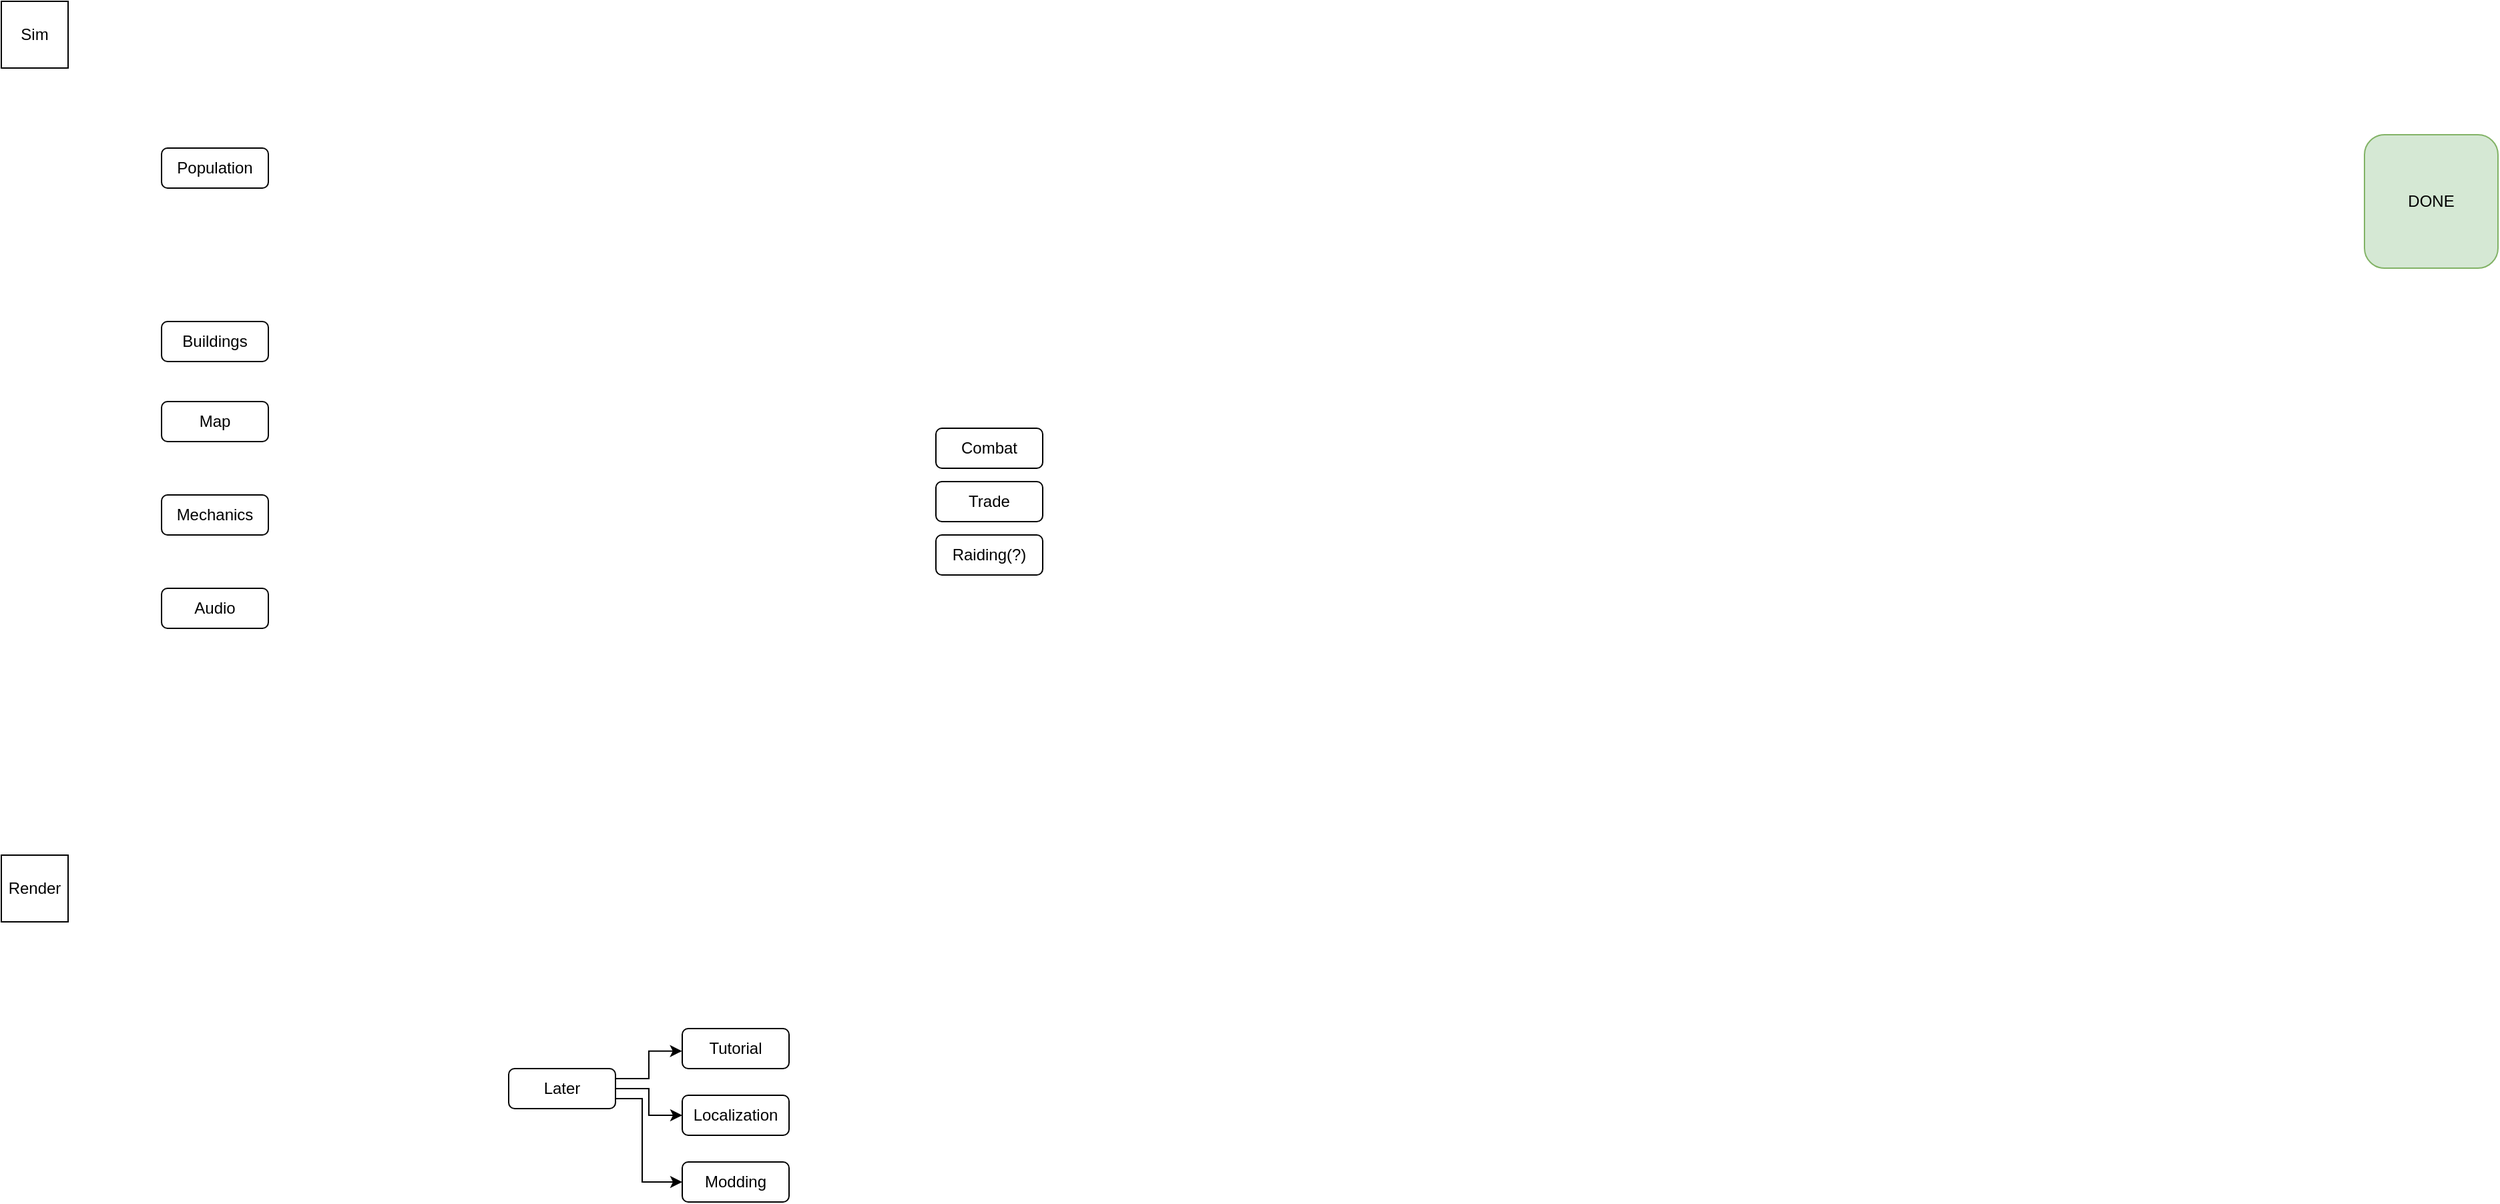
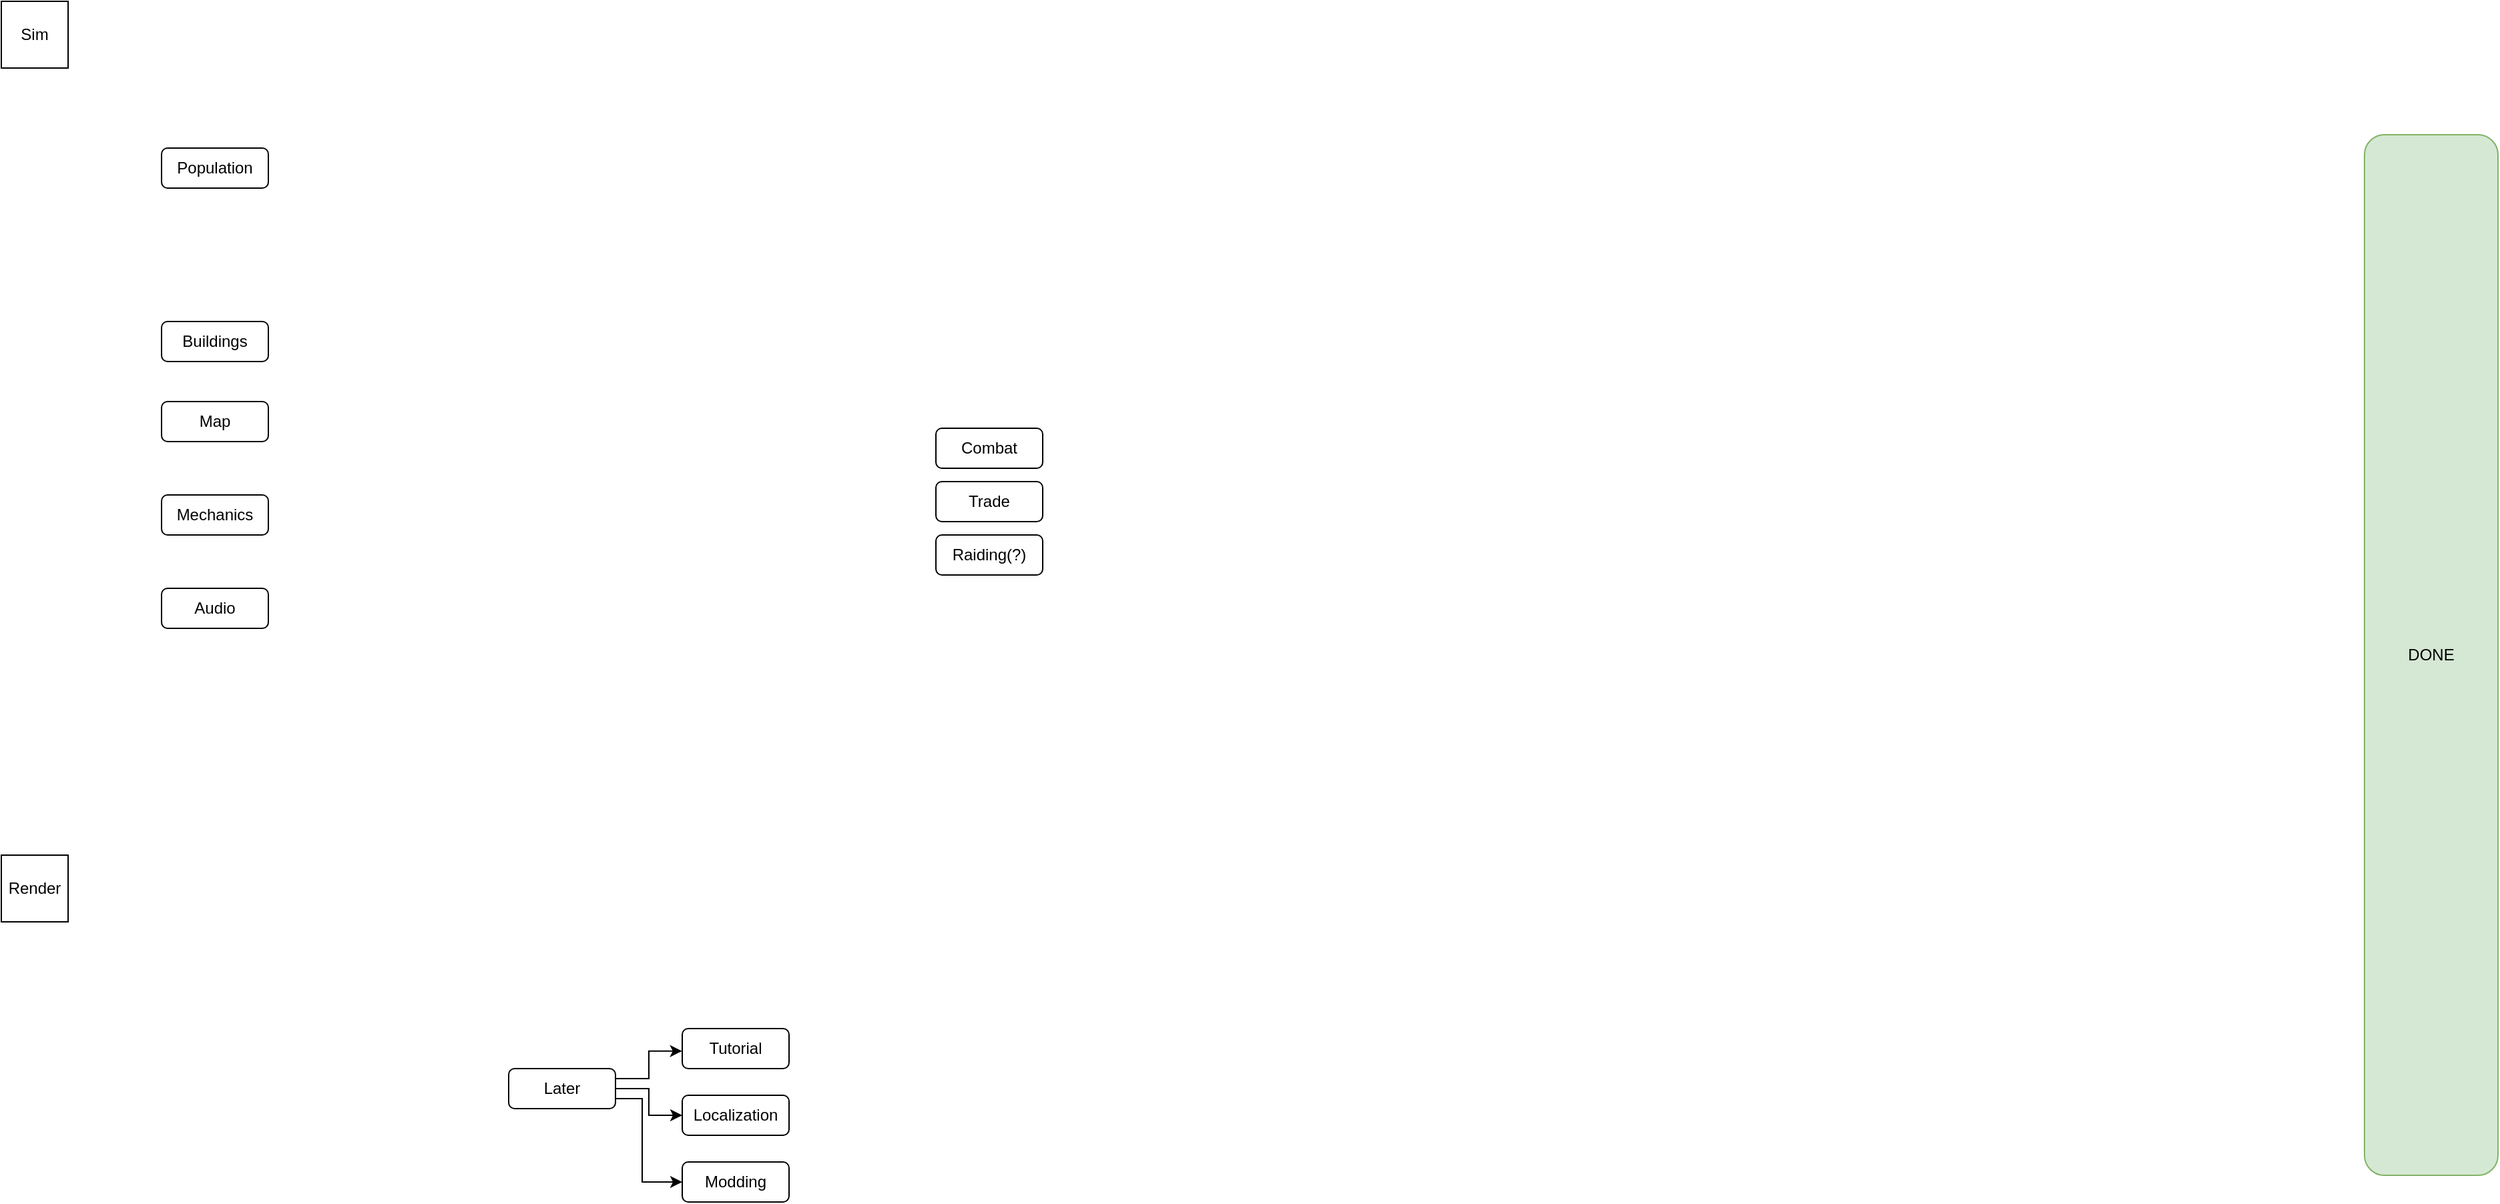
<mxfile host="app.diagrams.net">
  <diagram name="Page-1" id="gX33nRe01hMFNB49d3kN">
-     <mxGraphModel dx="2139" dy="783" grid="1" gridSize="10" guides="1" tooltips="1" connect="1" arrows="1" fold="1" page="1" pageScale="1" pageWidth="3300" pageHeight="4681" math="0" shadow="0">
+     <mxGraphModel dx="2496" dy="913" grid="1" gridSize="10" guides="1" tooltips="1" connect="1" arrows="1" fold="1" page="1" pageScale="1" pageWidth="3300" pageHeight="4681" math="0" shadow="0">
      <root>
        <mxCell id="0" />
        <mxCell id="1" parent="0" />
        <mxCell id="YjRsdQuzNH9AAyWrHbNf-1" parent="1" style="whiteSpace=wrap;html=1;aspect=fixed;" value="Sim" vertex="1">
          <mxGeometry height="50" width="50" x="40" y="40" as="geometry" />
        </mxCell>
        <mxCell id="5OD_cn4FG8Nip6LQkpGV-1" parent="1" style="whiteSpace=wrap;html=1;aspect=fixed;" value="Render" vertex="1">
          <mxGeometry height="50" width="50" x="40" y="680" as="geometry" />
        </mxCell>
        <mxCell id="5OD_cn4FG8Nip6LQkpGV-2" parent="1" style="rounded=1;whiteSpace=wrap;html=1;" value="Population" vertex="1">
          <mxGeometry height="30" width="80" x="160" y="150" as="geometry" />
        </mxCell>
        <mxCell id="5OD_cn4FG8Nip6LQkpGV-3" parent="1" style="rounded=1;whiteSpace=wrap;html=1;" value="Buildings" vertex="1">
          <mxGeometry height="30" width="80" x="160" y="280" as="geometry" />
        </mxCell>
        <mxCell id="5OD_cn4FG8Nip6LQkpGV-4" parent="1" style="rounded=1;whiteSpace=wrap;html=1;" value="Map" vertex="1">
          <mxGeometry height="30" width="80" x="160" y="340" as="geometry" />
        </mxCell>
        <mxCell id="5OD_cn4FG8Nip6LQkpGV-6" parent="1" style="rounded=1;whiteSpace=wrap;html=1;" value="Mechanics" vertex="1">
          <mxGeometry height="30" width="80" x="160" y="410" as="geometry" />
        </mxCell>
        <mxCell id="5OD_cn4FG8Nip6LQkpGV-8" parent="1" style="rounded=1;whiteSpace=wrap;html=1;" value="Audio" vertex="1">
          <mxGeometry height="30" width="80" x="160" y="480" as="geometry" />
        </mxCell>
        <mxCell id="5OD_cn4FG8Nip6LQkpGV-9" parent="1" style="rounded=1;whiteSpace=wrap;html=1;" value="Trade" vertex="1">
          <mxGeometry height="30" width="80" x="740" y="400" as="geometry" />
        </mxCell>
        <mxCell id="5OD_cn4FG8Nip6LQkpGV-11" parent="1" style="rounded=1;whiteSpace=wrap;html=1;" value="Combat" vertex="1">
          <mxGeometry height="30" width="80" x="740" y="360" as="geometry" />
        </mxCell>
        <mxCell id="5OD_cn4FG8Nip6LQkpGV-12" parent="1" style="rounded=1;whiteSpace=wrap;html=1;" value="Raiding(?)" vertex="1">
          <mxGeometry height="30" width="80" x="740" y="440" as="geometry" />
        </mxCell>
        <mxCell id="5OD_cn4FG8Nip6LQkpGV-13" parent="1" style="rounded=1;whiteSpace=wrap;html=1;" value="Tutorial" vertex="1">
          <mxGeometry height="30" width="80" x="550" y="810" as="geometry" />
        </mxCell>
        <mxCell id="5OD_cn4FG8Nip6LQkpGV-20" edge="1" parent="1" source="5OD_cn4FG8Nip6LQkpGV-14" style="edgeStyle=orthogonalEdgeStyle;rounded=0;orthogonalLoop=1;jettySize=auto;html=1;exitX=1;exitY=0.5;exitDx=0;exitDy=0;entryX=0;entryY=0.5;entryDx=0;entryDy=0;" target="5OD_cn4FG8Nip6LQkpGV-16">
          <mxGeometry relative="1" as="geometry" />
        </mxCell>
        <mxCell id="5OD_cn4FG8Nip6LQkpGV-21" edge="1" parent="1" source="5OD_cn4FG8Nip6LQkpGV-14" style="edgeStyle=orthogonalEdgeStyle;rounded=0;orthogonalLoop=1;jettySize=auto;html=1;exitX=1;exitY=0.75;exitDx=0;exitDy=0;entryX=0;entryY=0.5;entryDx=0;entryDy=0;" target="5OD_cn4FG8Nip6LQkpGV-19">
          <mxGeometry relative="1" as="geometry">
            <Array as="points">
              <mxPoint x="520" y="863" />
              <mxPoint x="520" y="925" />
            </Array>
          </mxGeometry>
        </mxCell>
        <mxCell id="5OD_cn4FG8Nip6LQkpGV-14" parent="1" style="rounded=1;whiteSpace=wrap;html=1;" value="Later" vertex="1">
          <mxGeometry height="30" width="80" x="420" y="840" as="geometry" />
        </mxCell>
        <mxCell id="5OD_cn4FG8Nip6LQkpGV-16" parent="1" style="rounded=1;whiteSpace=wrap;html=1;" value="Localization" vertex="1">
          <mxGeometry height="30" width="80" x="550" y="860" as="geometry" />
        </mxCell>
        <mxCell id="5OD_cn4FG8Nip6LQkpGV-17" edge="1" parent="1" source="5OD_cn4FG8Nip6LQkpGV-14" style="edgeStyle=orthogonalEdgeStyle;rounded=0;orthogonalLoop=1;jettySize=auto;html=1;exitX=1;exitY=0.25;exitDx=0;exitDy=0;entryX=-0.002;entryY=0.563;entryDx=0;entryDy=0;entryPerimeter=0;" target="5OD_cn4FG8Nip6LQkpGV-13">
          <mxGeometry relative="1" as="geometry" />
        </mxCell>
        <mxCell id="5OD_cn4FG8Nip6LQkpGV-19" parent="1" style="rounded=1;whiteSpace=wrap;html=1;" value="Modding" vertex="1">
          <mxGeometry height="30" width="80" x="550" y="910" as="geometry" />
        </mxCell>
        <mxCell id="5OD_cn4FG8Nip6LQkpGV-22" parent="1" style="rounded=1;whiteSpace=wrap;html=1;fillColor=#d5e8d4;strokeColor=#82b366;" value="DONE" vertex="1">
-           <mxGeometry height="100" width="100" x="1810" y="140" as="geometry" />
+           <mxGeometry height="780" width="100" x="1810" y="140" as="geometry" />
        </mxCell>
      </root>
    </mxGraphModel>
  </diagram>
</mxfile>
